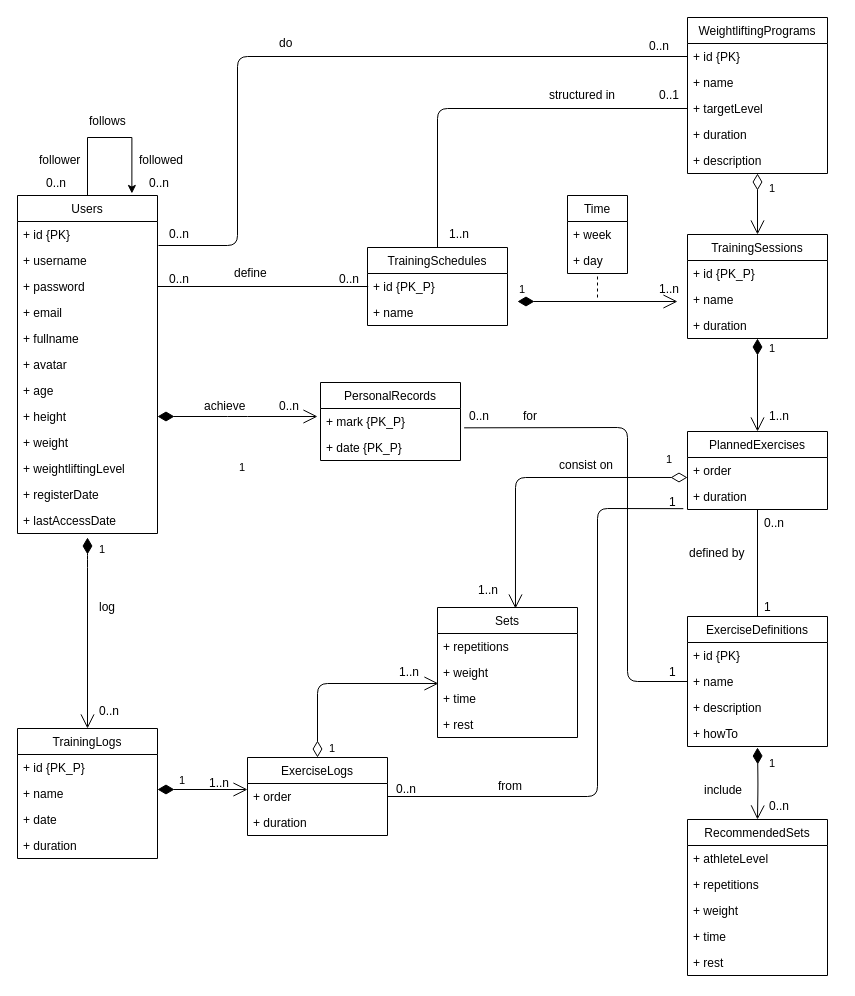
This is design/data_model.drawio from javierprtvel/Lifterify, a draw.io file, before an edit. Source tidied: cells renumbered, new cells numbered last; positions are measured from the earlier drawing's top-left corner, leaving out a move shared by most shapes. Both pictures are drawn from the tidied source at 100%, with x=0, y=0 at pixel (17, 17).
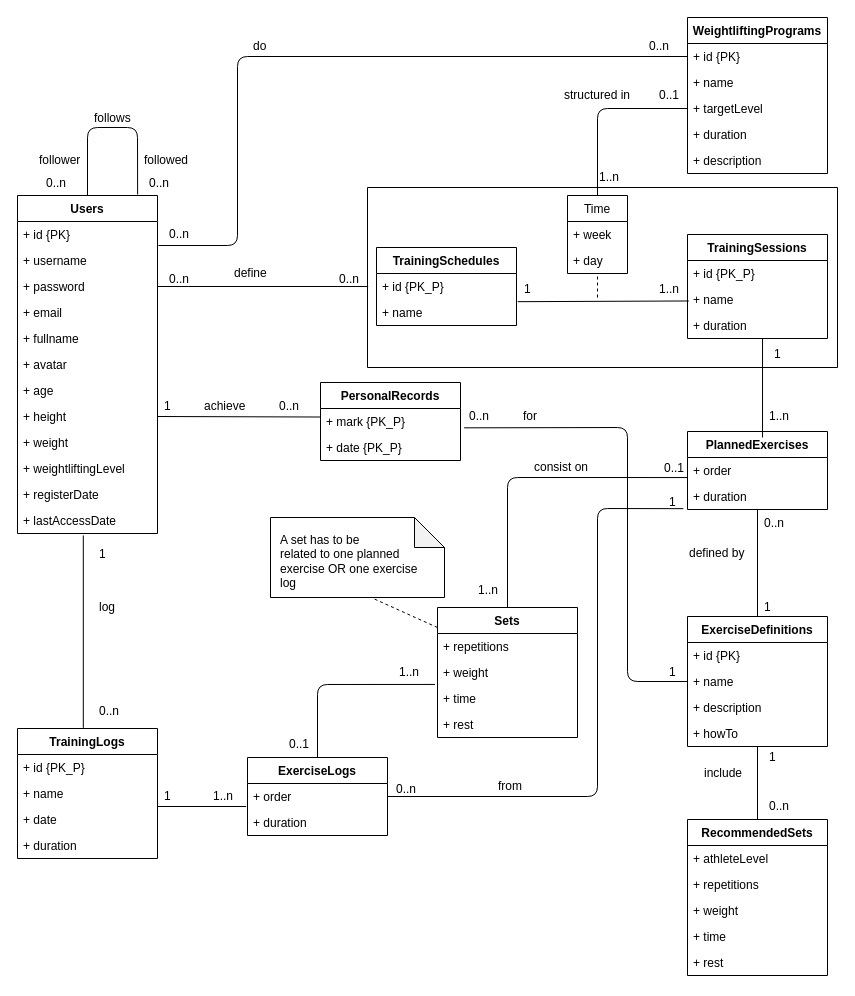
After the change.

Commit message (it also covers changes not shown here):
Substituted class agg/comp for ER relationships. Added ER aggregation.

The change refers to these unchanged cells:
```xml
<mxCell id="11" value="+ height" style="text;strokeColor=none;fillColor=none;align=left;verticalAlign=top;spacingLeft=4;spacingRight=4;overflow=hidden;points=[[0,0.5],[1,0.5]];portConstraint=eastwest;" parent="3" vertex="1">
  <mxGeometry y="208" width="140" height="26" as="geometry" />
</mxCell>
<mxCell id="15" value="+ lastAccessDate" style="text;strokeColor=none;fillColor=none;align=left;verticalAlign=top;spacingLeft=4;spacingRight=4;overflow=hidden;points=[[0,0.5],[1,0.5]];portConstraint=eastwest;" parent="3" vertex="1">
  <mxGeometry y="312" width="140" height="26" as="geometry" />
</mxCell>
<mxCell id="21" value="+ name" style="text;strokeColor=none;fillColor=none;align=left;verticalAlign=top;spacingLeft=4;spacingRight=4;overflow=hidden;points=[[0,0.5],[1,0.5]];portConstraint=eastwest;" parent="19" vertex="1">
  <mxGeometry y="52" width="140" height="26" as="geometry" />
</mxCell>
<mxCell id="25" value="+ duration" style="text;strokeColor=none;fillColor=none;align=left;verticalAlign=top;spacingLeft=4;spacingRight=4;overflow=hidden;points=[[0,0.5],[1,0.5]];portConstraint=eastwest;" parent="22" vertex="1">
  <mxGeometry y="78" width="140" height="26" as="geometry" />
</mxCell>
<mxCell id="28" value="+ order" style="text;strokeColor=none;fillColor=none;align=left;verticalAlign=top;spacingLeft=4;spacingRight=4;overflow=hidden;points=[[0,0.5],[1,0.5]];portConstraint=eastwest;" parent="27" vertex="1">
  <mxGeometry y="26" width="140" height="26" as="geometry" />
</mxCell>
<mxCell id="33" value="+ time" style="text;strokeColor=none;fillColor=none;align=left;verticalAlign=top;spacingLeft=4;spacingRight=4;overflow=hidden;points=[[0,0.5],[1,0.5]];portConstraint=eastwest;" parent="30" vertex="1">
  <mxGeometry y="78" width="140" height="26" as="geometry" />
</mxCell>
<mxCell id="49" value="+ targetLevel" style="text;strokeColor=none;fillColor=none;align=left;verticalAlign=top;spacingLeft=4;spacingRight=4;overflow=hidden;points=[[0,0.5],[1,0.5]];portConstraint=eastwest;" parent="46" vertex="1">
  <mxGeometry y="78" width="140" height="26" as="geometry" />
</mxCell>
<mxCell id="55" value="+ date" style="text;strokeColor=none;fillColor=none;align=left;verticalAlign=top;spacingLeft=4;spacingRight=4;overflow=hidden;points=[[0,0.5],[1,0.5]];portConstraint=eastwest;" parent="52" vertex="1">
  <mxGeometry y="78" width="140" height="26" as="geometry" />
</mxCell>
<mxCell id="58" value="+ order" style="text;strokeColor=none;fillColor=none;align=left;verticalAlign=top;spacingLeft=4;spacingRight=4;overflow=hidden;points=[[0,0.5],[1,0.5]];portConstraint=eastwest;" parent="57" vertex="1">
  <mxGeometry y="26" width="140" height="26" as="geometry" />
</mxCell>
<mxCell id="60" value="1..n" style="text;html=1;points=[];align=left;verticalAlign=top;spacingTop=-4;" parent="1" vertex="1">
  <mxGeometry x="380" y="645" width="40" height="20" as="geometry" />
</mxCell>
<mxCell id="79" value="1..n" style="text;html=1;points=[];align=left;verticalAlign=top;spacingTop=-4;" parent="1" vertex="1">
  <mxGeometry x="640" y="262" width="40" height="20" as="geometry" />
</mxCell>
<mxCell id="104" value="+ mark {PK_P}" style="text;strokeColor=none;fillColor=none;align=left;verticalAlign=top;spacingLeft=4;spacingRight=4;overflow=hidden;points=[[0,0.5],[1,0.5]];portConstraint=eastwest;" parent="103" vertex="1">
  <mxGeometry y="26" width="140" height="26" as="geometry" />
</mxCell>
```

Diff of the diagram source:
```diff
@@
-    <mxCell id="2" style="edgeStyle=orthogonalEdgeStyle;rounded=0;orthogonalLoop=1;jettySize=auto;html=1;entryX=0.817;entryY=-0.006;entryDx=0;entryDy=0;entryPerimeter=0;" parent="1" edge="1" source="3" target="3">
-      <mxGeometry relative="1" as="geometry">
-        <Array as="points">
-          <mxPoint x="70" y="120" />
-          <mxPoint x="114" y="120" />
-        </Array>
-      </mxGeometry>
-    </mxCell>
+    <mxCell id="113" style="verticalLabelPosition=bottom;verticalAlign=top;html=1;shape=mxgraph.basic.rect;fillColor=#ffffff;fillColor2=none;strokeColor=#000000;strokeWidth=1;size=20;indent=5;" parent="1" vertex="1">
+      <mxGeometry x="350" y="170" width="470" height="180" as="geometry" />
+    </mxCell>
+    <mxCell id="70" value="Time" style="swimlane;fontStyle=0;horizontal=1;startSize=26;fillColor=none;" parent="1" vertex="1">
+      <mxGeometry x="550" y="178" width="60" height="78" as="geometry" />
+    </mxCell>
+    <mxCell id="71" value="+ week" style="text;strokeColor=none;fillColor=none;align=left;verticalAlign=top;spacingLeft=4;spacingRight=4;overflow=hidden;" parent="70" vertex="1">
+      <mxGeometry y="26" width="60" height="26" as="geometry" />
+    </mxCell>
+    <mxCell id="72" value="+ day" style="text;strokeColor=none;fillColor=none;align=left;verticalAlign=top;spacingLeft=4;spacingRight=4;overflow=hidden;" parent="70" vertex="1">
+      <mxGeometry y="52" width="60" height="26" as="geometry" />
+    </mxCell>
-    <mxCell id="3" value="Users" style="swimlane;fontStyle=0;horizontal=1;startSize=26;fillColor=none;" parent="1" vertex="1">
+    <mxCell id="3" value="Users" style="swimlane;fontStyle=1;horizontal=1;startSize=26;fillColor=none;" parent="1" vertex="1">
       <mxGeometry y="178" width="140" height="338" as="geometry" />
     </mxCell>
@@
     <mxCell id="16" value="follows" style="text;html=1;align=left;verticalAlign=top;spacingTop=-4;" parent="1" vertex="1">
-      <mxGeometry x="70" y="94" width="50" height="20" as="geometry" />
+      <mxGeometry x="75" y="91" width="50" height="20" as="geometry" />
     </mxCell>
@@
     <mxCell id="18" value="followed" style="text;html=1;align=left;verticalAlign=top;spacingTop=-4;" parent="1" vertex="1">
-      <mxGeometry x="120" y="133" width="60" height="20" as="geometry" />
+      <mxGeometry x="125" y="133" width="60" height="20" as="geometry" />
     </mxCell>
-    <mxCell id="19" value="TrainingSchedules" style="swimlane;fontStyle=0;horizontal=1;startSize=26;fillColor=none;" parent="1" vertex="1">
-      <mxGeometry x="350" y="230" width="140" height="78" as="geometry" />
+    <mxCell id="19" value="TrainingSchedules" style="swimlane;fontStyle=1;horizontal=1;startSize=26;fillColor=none;" parent="1" vertex="1">
+      <mxGeometry x="359" y="230" width="140" height="78" as="geometry" />
     </mxCell>
@@
-    <mxCell id="22" value="TrainingSessions" style="swimlane;fontStyle=0;horizontal=1;startSize=26;fillColor=none;" parent="1" vertex="1">
+    <mxCell id="22" value="TrainingSessions" style="swimlane;fontStyle=1;horizontal=1;startSize=26;fillColor=none;" parent="1" vertex="1">
       <mxGeometry x="670" y="217" width="140" height="104" as="geometry" />
     </mxCell>
@@
-    <mxCell id="26" value="1" style="endArrow=open;html=1;endSize=12;startArrow=diamondThin;startSize=14;startFill=1;edgeStyle=orthogonalEdgeStyle;align=left;verticalAlign=bottom;" parent="1" edge="1">
-      <mxGeometry x="-1" y="3" relative="1" as="geometry">
-        <mxPoint x="500" y="284" as="sourcePoint" />
-        <mxPoint x="660" y="284" as="targetPoint" />
-      </mxGeometry>
-    </mxCell>
-    <mxCell id="27" value="PlannedExercises" style="swimlane;fontStyle=0;horizontal=1;startSize=26;fillColor=none;" parent="1" vertex="1">
+    <mxCell id="27" value="PlannedExercises" style="swimlane;fontStyle=1;horizontal=1;startSize=26;fillColor=none;" parent="1" vertex="1">
       <mxGeometry x="670" y="414" width="140" height="78" as="geometry" />
     </mxCell>
@@
-    <mxCell id="30" value="Sets" style="swimlane;fontStyle=0;horizontal=1;startSize=26;fillColor=none;" parent="1" vertex="1">
+    <mxCell id="30" value="Sets" style="swimlane;fontStyle=1;horizontal=1;startSize=26;fillColor=none;" parent="1" vertex="1">
       <mxGeometry x="420" y="590" width="140" height="130" as="geometry" />
     </mxCell>
@@
-    <mxCell id="35" value="ExerciseDefinitions" style="swimlane;fontStyle=0;horizontal=1;startSize=26;fillColor=none;" parent="1" vertex="1">
+    <mxCell id="35" value="ExerciseDefinitions" style="swimlane;fontStyle=1;horizontal=1;startSize=26;fillColor=none;" parent="1" vertex="1">
       <mxGeometry x="670" y="599" width="140" height="130" as="geometry" />
     </mxCell>
@@
-    <mxCell id="40" value="RecommendedSets" style="swimlane;fontStyle=0;horizontal=1;startSize=26;fillColor=none;" parent="1" vertex="1">
+    <mxCell id="40" value="RecommendedSets" style="swimlane;fontStyle=1;horizontal=1;startSize=26;fillColor=none;" parent="1" vertex="1">
       <mxGeometry x="670" y="802" width="140" height="156" as="geometry" />
     </mxCell>
@@
-    <mxCell id="46" value="WeightliftingPrograms" style="swimlane;fontStyle=0;horizontal=1;startSize=26;fillColor=none;" parent="1" vertex="1">
+    <mxCell id="46" value="WeightliftingPrograms" style="swimlane;fontStyle=1;horizontal=1;startSize=26;fillColor=none;" parent="1" vertex="1">
       <mxGeometry x="670" width="140" height="156" as="geometry" />
     </mxCell>
@@
-    <mxCell id="52" value="TrainingLogs" style="swimlane;fontStyle=0;horizontal=1;startSize=26;fillColor=none;" parent="1" vertex="1">
+    <mxCell id="52" value="TrainingLogs" style="swimlane;fontStyle=1;horizontal=1;startSize=26;fillColor=none;" parent="1" vertex="1">
       <mxGeometry y="711" width="140" height="130" as="geometry" />
     </mxCell>
@@
-    <mxCell id="57" value="ExerciseLogs" style="swimlane;fontStyle=0;horizontal=1;startSize=26;fillColor=none;" parent="1" vertex="1">
+    <mxCell id="57" value="ExerciseLogs" style="swimlane;fontStyle=1;horizontal=1;startSize=26;fillColor=none;" parent="1" vertex="1">
       <mxGeometry x="230" y="740" width="140" height="78" as="geometry" />
     </mxCell>
@@
-    <mxCell id="61" value="1" style="endArrow=open;html=1;endSize=12;startArrow=diamondThin;startSize=14;startFill=0;edgeStyle=orthogonalEdgeStyle;align=left;verticalAlign=bottom;entryX=0.007;entryY=-0.077;entryDx=0;entryDy=0;entryPerimeter=0;" parent="1" edge="1" source="57" target="33">
-      <mxGeometry x="-0.14" y="-74" relative="1" as="geometry" />
-    </mxCell>
-    <mxCell id="62" value="1" style="endArrow=open;html=1;endSize=12;startArrow=diamondThin;startSize=14;startFill=0;edgeStyle=orthogonalEdgeStyle;align=left;verticalAlign=bottom;entryX=0.557;entryY=0.008;entryDx=0;entryDy=0;entryPerimeter=0;exitX=0;exitY=0.769;exitDx=0;exitDy=0;exitPerimeter=0;" parent="1" edge="1" source="28" target="30">
-      <mxGeometry x="-0.85" y="-9" relative="1" as="geometry" />
-    </mxCell>
-    <mxCell id="63" value="1" style="endArrow=open;html=1;endSize=12;startArrow=diamondThin;startSize=14;startFill=1;edgeStyle=orthogonalEdgeStyle;align=left;verticalAlign=bottom;" parent="1" edge="1" target="40">
-      <mxGeometry x="-0.3" y="10" relative="1" as="geometry">
-        <mxPoint x="740" y="730" as="sourcePoint" />
-      </mxGeometry>
-    </mxCell>
@@
-    <mxCell id="68" value="1" style="endArrow=open;html=1;endSize=12;startArrow=diamondThin;startSize=14;startFill=1;edgeStyle=orthogonalEdgeStyle;align=left;verticalAlign=bottom;entryX=0.5;entryY=0;entryDx=0;entryDy=0;exitX=0.5;exitY=1;exitDx=0;exitDy=0;" parent="1" edge="1" source="22" target="27">
-      <mxGeometry x="-0.59" y="10" relative="1" as="geometry" />
-    </mxCell>
-    <mxCell id="69" value="1" style="endArrow=open;html=1;endSize=12;startArrow=diamondThin;startSize=14;startFill=0;edgeStyle=orthogonalEdgeStyle;align=left;verticalAlign=bottom;exitX=0.5;exitY=1;exitDx=0;exitDy=0;entryX=0.5;entryY=0;entryDx=0;entryDy=0;" parent="1" edge="1" source="46" target="22">
-      <mxGeometry x="-0.21" y="10" relative="1" as="geometry" />
-    </mxCell>
-    <mxCell id="70" value="Time" style="swimlane;fontStyle=0;horizontal=1;startSize=26;fillColor=none;" parent="1" vertex="1">
-      <mxGeometry x="550" y="178" width="60" height="78" as="geometry" />
-    </mxCell>
-    <mxCell id="71" value="+ week" style="text;strokeColor=none;fillColor=none;align=left;verticalAlign=top;spacingLeft=4;spacingRight=4;overflow=hidden;" parent="70" vertex="1">
-      <mxGeometry y="26" width="60" height="26" as="geometry" />
-    </mxCell>
-    <mxCell id="72" value="+ day" style="text;strokeColor=none;fillColor=none;align=left;verticalAlign=top;spacingLeft=4;spacingRight=4;overflow=hidden;" parent="70" vertex="1">
-      <mxGeometry y="52" width="60" height="26" as="geometry" />
-    </mxCell>
@@
-    <mxCell id="74" style="endArrow=none;html=1;entryX=0;entryY=0.5;entryDx=0;entryDy=0;exitX=0.5;exitY=0;exitDx=0;exitDy=0;" parent="1" edge="1" source="19" target="49">
+    <mxCell id="74" style="endArrow=none;html=1;entryX=0;entryY=0.5;entryDx=0;entryDy=0;exitX=0.5;exitY=0;exitDx=0;exitDy=0;" parent="1" edge="1" source="70" target="49">
       <mxGeometry relative="1" as="geometry">
         <Array as="points">
-          <mxPoint x="420" y="91" />
+          <mxPoint x="580" y="91" />
         </Array>
       </mxGeometry>
     </mxCell>
     <mxCell id="75" value="structured in" style="text;html=1;align=left;verticalAlign=top;spacingTop=-4;" parent="1" vertex="1">
-      <mxGeometry x="530" y="68" width="80" height="20" as="geometry" />
+      <mxGeometry x="545" y="68" width="80" height="20" as="geometry" />
     </mxCell>
@@
     <mxCell id="77" value="1..n" style="text;html=1;align=left;verticalAlign=top;spacingTop=-4;" parent="1" vertex="1">
-      <mxGeometry x="430" y="207" width="40" height="20" as="geometry" />
+      <mxGeometry x="580" y="150" width="40" height="20" as="geometry" />
     </mxCell>
-    <mxCell id="78" value="1" style="endArrow=open;html=1;endSize=12;startArrow=diamondThin;startSize=14;startFill=1;edgeStyle=orthogonalEdgeStyle;align=left;verticalAlign=bottom;" parent="1" edge="1">
-      <mxGeometry x="-0.56" relative="1" as="geometry">
-        <mxPoint x="140" y="772" as="sourcePoint" />
-        <mxPoint x="230" y="772" as="targetPoint" />
-        <Array as="points">
-          <mxPoint x="140" y="772" />
-        </Array>
-      </mxGeometry>
-    </mxCell>
@@
     <mxCell id="82" value="1..n" style="text;html=1;align=left;verticalAlign=top;spacingTop=-4;" parent="1" vertex="1">
-      <mxGeometry x="190" y="756" width="40" height="20" as="geometry" />
+      <mxGeometry x="194" y="769" width="40" height="20" as="geometry" />
     </mxCell>
-    <mxCell id="83" value="1" style="endArrow=open;html=1;endSize=12;startArrow=diamondThin;startSize=14;startFill=1;edgeStyle=orthogonalEdgeStyle;align=left;verticalAlign=bottom;entryX=0.5;entryY=0;entryDx=0;entryDy=0;" parent="1" edge="1" target="52">
-      <mxGeometry x="-0.78" y="10" relative="1" as="geometry">
-        <mxPoint x="70" y="520" as="sourcePoint" />
-        <Array as="points">
-          <mxPoint x="70" y="540" />
-        </Array>
-      </mxGeometry>
-    </mxCell>
@@
     <mxCell id="91" value="include" style="text;html=1;align=left;verticalAlign=top;spacingTop=-4;" parent="1" vertex="1">
-      <mxGeometry x="685" y="763" width="60" height="20" as="geometry" />
+      <mxGeometry x="685" y="746" width="60" height="20" as="geometry" />
     </mxCell>
     <mxCell id="92" value="consist on" style="text;html=1;align=left;verticalAlign=top;spacingTop=-4;" parent="1" vertex="1">
-      <mxGeometry x="540" y="438" width="70" height="20" as="geometry" />
+      <mxGeometry x="515" y="440" width="70" height="20" as="geometry" />
     </mxCell>
@@
     <mxCell id="96" value="do" style="text;html=1;align=left;verticalAlign=top;spacingTop=-4;" parent="1" vertex="1">
-      <mxGeometry x="260" y="16" width="30" height="20" as="geometry" />
+      <mxGeometry x="234" y="19" width="30" height="20" as="geometry" />
     </mxCell>
@@
-    <mxCell id="103" value="PersonalRecords" style="swimlane;fontStyle=0;horizontal=1;startSize=26;fillColor=none;" parent="1" vertex="1">
+    <mxCell id="103" value="PersonalRecords" style="swimlane;fontStyle=1;horizontal=1;startSize=26;fillColor=none;" parent="1" vertex="1">
       <mxGeometry x="303" y="365" width="140" height="78" as="geometry" />
     </mxCell>
@@
-    <mxCell id="106" value="1" style="endArrow=open;html=1;endSize=12;startArrow=diamondThin;startSize=14;startFill=1;edgeStyle=orthogonalEdgeStyle;align=left;verticalAlign=bottom;exitX=1;exitY=0.5;exitDx=0;exitDy=0;" parent="1" edge="1" source="11">
-      <mxGeometry y="60" relative="1" as="geometry">
-        <mxPoint x="300" y="399" as="targetPoint" />
-        <mxPoint x="-60" y="60" as="offset" />
-      </mxGeometry>
-    </mxCell>
@@
+    <mxCell id="114" style="endArrow=none;html=1;exitX=1;exitY=0.5;exitDx=0;exitDy=0;entryX=0.003;entryY=0.328;entryDx=0;entryDy=0;entryPerimeter=0;" parent="1" edge="1" source="11" target="104">
+      <mxGeometry relative="1" as="geometry" />
+    </mxCell>
+    <mxCell id="115" value="1" style="text;html=1;align=left;verticalAlign=top;spacingTop=-4;" parent="1" vertex="1">
+      <mxGeometry x="145" y="379" width="20" height="20" as="geometry" />
+    </mxCell>
+    <mxCell id="116" style="endArrow=none;html=1;entryX=0.47;entryY=1.076;entryDx=0;entryDy=0;entryPerimeter=0;exitX=0.47;exitY=-0.005;exitDx=0;exitDy=0;exitPerimeter=0;" parent="1" edge="1" source="52" target="15">
+      <mxGeometry relative="1" as="geometry" />
+    </mxCell>
+    <mxCell id="117" value="1" style="text;html=1;align=left;verticalAlign=top;spacingTop=-4;" parent="1" vertex="1">
+      <mxGeometry x="80" y="527" width="20" height="20" as="geometry" />
+    </mxCell>
+    <mxCell id="118" style="endArrow=none;html=1;exitX=1.002;exitY=0;exitDx=0;exitDy=0;exitPerimeter=0;entryX=-0.01;entryY=0.885;entryDx=0;entryDy=0;entryPerimeter=0;" parent="1" edge="1" source="55" target="58">
+      <mxGeometry relative="1" as="geometry" />
+    </mxCell>
+    <mxCell id="119" value="1" style="text;html=1;align=left;verticalAlign=top;spacingTop=-4;" parent="1" vertex="1">
+      <mxGeometry x="145" y="769" width="20" height="20" as="geometry" />
+    </mxCell>
+    <mxCell id="120" style="endArrow=none;html=1;entryX=0.938;entryY=1.097;entryDx=0;entryDy=0;entryPerimeter=0;exitX=0.5;exitY=0;exitDx=0;exitDy=0;" parent="1" edge="1" source="57" target="60">
+      <mxGeometry relative="1" as="geometry">
+        <Array as="points">
+          <mxPoint x="300" y="667" />
+        </Array>
+      </mxGeometry>
+    </mxCell>
+    <mxCell id="121" style="endArrow=none;html=1;entryX=0.5;entryY=1;entryDx=0;entryDy=0;" parent="1" edge="1" source="40" target="35">
+      <mxGeometry relative="1" as="geometry" />
+    </mxCell>
+    <mxCell id="122" style="endArrow=none;html=1;entryX=0.536;entryY=1.016;entryDx=0;entryDy=0;entryPerimeter=0;exitX=0.536;exitY=0.077;exitDx=0;exitDy=0;exitPerimeter=0;" parent="1" edge="1" source="27" target="25">
+      <mxGeometry relative="1" as="geometry" />
+    </mxCell>
+    <mxCell id="123" value="1" style="text;html=1;align=left;verticalAlign=top;spacingTop=-4;" parent="1" vertex="1">
+      <mxGeometry x="755" y="327" width="20" height="20" as="geometry" />
+    </mxCell>
+    <mxCell id="124" style="endArrow=none;html=1;entryX=0.783;entryY=1.074;entryDx=0;entryDy=0;entryPerimeter=0;exitX=1.009;exitY=0.084;exitDx=0;exitDy=0;exitPerimeter=0;" parent="1" edge="1" source="21" target="79">
+      <mxGeometry relative="1" as="geometry" />
+    </mxCell>
+    <mxCell id="125" style="endArrow=none;html=1;entryX=0;entryY=0.771;entryDx=0;entryDy=0;entryPerimeter=0;exitX=0.5;exitY=0;exitDx=0;exitDy=0;" parent="1" edge="1" source="30" target="28">
+      <mxGeometry relative="1" as="geometry">
+        <Array as="points">
+          <mxPoint x="490" y="460" />
+        </Array>
+      </mxGeometry>
+    </mxCell>
+    <mxCell id="2" style="endArrow=none;html=1;entryX=0.858;entryY=-0.003;entryDx=0;entryDy=0;entryPerimeter=0;exitX=0.5;exitY=0;exitDx=0;exitDy=0;" parent="1" edge="1" source="3" target="3">
+      <mxGeometry relative="1" as="geometry">
+        <Array as="points">
+          <mxPoint x="70" y="110" />
+          <mxPoint x="120" y="110" />
+        </Array>
+      </mxGeometry>
+    </mxCell>
+    <mxCell id="126" value="1" style="text;html=1;align=left;verticalAlign=top;spacingTop=-4;" parent="1" vertex="1">
+      <mxGeometry x="750" y="730" width="20" height="20" as="geometry" />
+    </mxCell>
+    <mxCell id="127" value="0..1" style="text;html=1;align=left;verticalAlign=top;spacingTop=-4;" parent="1" vertex="1">
+      <mxGeometry x="645" y="441" width="40" height="20" as="geometry" />
+    </mxCell>
+    <mxCell id="128" value="1" style="text;html=1;align=left;verticalAlign=top;spacingTop=-4;" parent="1" vertex="1">
+      <mxGeometry x="505" y="262" width="20" height="20" as="geometry" />
+    </mxCell>
+    <mxCell id="129" value="0..1" style="text;html=1;align=left;verticalAlign=top;spacingTop=-4;" parent="1" vertex="1">
+      <mxGeometry x="270" y="716.9" width="40" height="20" as="geometry" />
+    </mxCell>
+    <mxCell id="130" style="shape=note;whiteSpace=wrap;html=1;backgroundOutline=1;darkOpacity=0.05;" parent="1" vertex="1">
+      <mxGeometry x="253" y="500" width="174" height="80" as="geometry" />
+    </mxCell>
+    <mxCell id="131" value="&lt;div&gt;A set has to be&lt;/div&gt;&lt;div&gt;related to one planned&lt;/div&gt;&lt;div&gt; exercise OR one exercise&lt;/div&gt;&lt;div&gt;log&lt;/div&gt;" style="text;html=1;align=left;verticalAlign=top;spacingTop=-4;" parent="1" vertex="1">
+      <mxGeometry x="260.5" y="513" width="160" height="60" as="geometry" />
+    </mxCell>
+    <mxCell id="132" style="endArrow=none;dashed=1;html=1;entryX=0.591;entryY=1.013;entryDx=0;entryDy=0;entryPerimeter=0;exitX=0;exitY=0.154;exitDx=0;exitDy=0;exitPerimeter=0;" parent="1" edge="1" source="30" target="130">
+      <mxGeometry relative="1" as="geometry" />
+    </mxCell>
```
